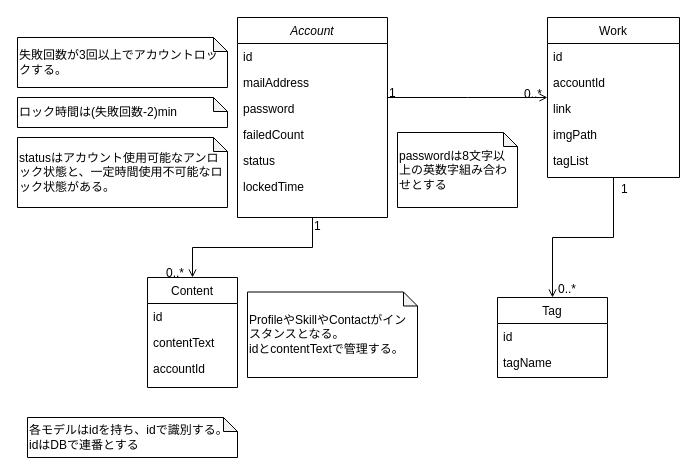
Above: page "Model" (2 of 2) of docs/myportfolio-model.drawio in tonamao/myPortfolio (draw.io), before the change. Source tidied: cells renumbered, new cells numbered last; positions are measured from the earlier drawing's top-left corner, leaving out a move shared by most shapes. Both pictures are drawn from the tidied source at 100%, with x=0, y=0 at pixel (17, 17).
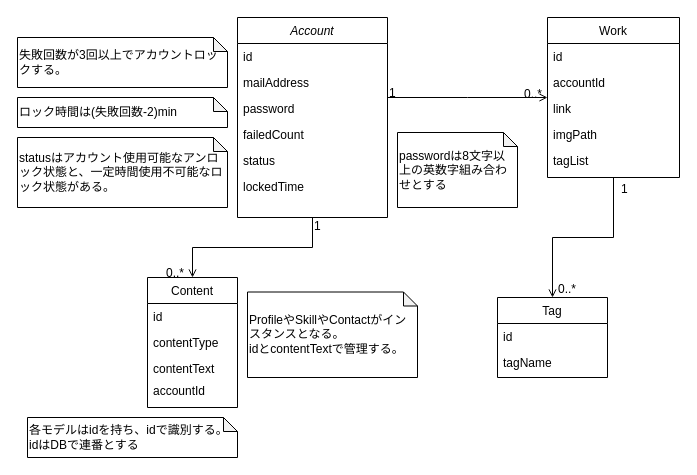
The same page after the edit.

Diff of the diagram source:
```diff
@@
     <mxCell id="29" value="Content" style="swimlane;fontStyle=0;align=center;verticalAlign=top;horizontal=1;startSize=26;rounded=0;shadow=0;strokeWidth=1;" parent="1" vertex="1">
-      <mxGeometry x="130" y="260" width="90" height="110" as="geometry" />
+      <mxGeometry x="130" y="260" width="90" height="130" as="geometry" />
     </mxCell>
@@
-    <mxCell id="31" value="contentText" style="text;align=left;verticalAlign=top;spacingLeft=4;spacingRight=4;overflow=hidden;rounded=0;shadow=0;html=0;" parent="29" vertex="1">
+    <mxCell id="31" value="contentType" style="text;align=left;verticalAlign=top;spacingLeft=4;spacingRight=4;overflow=hidden;rounded=0;shadow=0;html=0;" parent="29" vertex="1">
       <mxGeometry y="52" width="90" height="26" as="geometry" />
     </mxCell>
-    <mxCell id="32" value="accountId" style="text;align=left;verticalAlign=top;spacingLeft=4;spacingRight=4;overflow=hidden;rounded=0;shadow=0;html=0;" parent="29" vertex="1">
+    <mxCell id="32" value="contentText" style="text;align=left;verticalAlign=top;spacingLeft=4;spacingRight=4;overflow=hidden;rounded=0;shadow=0;html=0;" parent="29" vertex="1">
       <mxGeometry y="78" width="90" height="22" as="geometry" />
     </mxCell>
+    <mxCell id="37" value="accountId" style="text;align=left;verticalAlign=top;spacingLeft=4;spacingRight=4;overflow=hidden;rounded=0;shadow=0;html=0;" parent="29" vertex="1">
+      <mxGeometry y="100" width="90" height="22" as="geometry" />
+    </mxCell>
```
